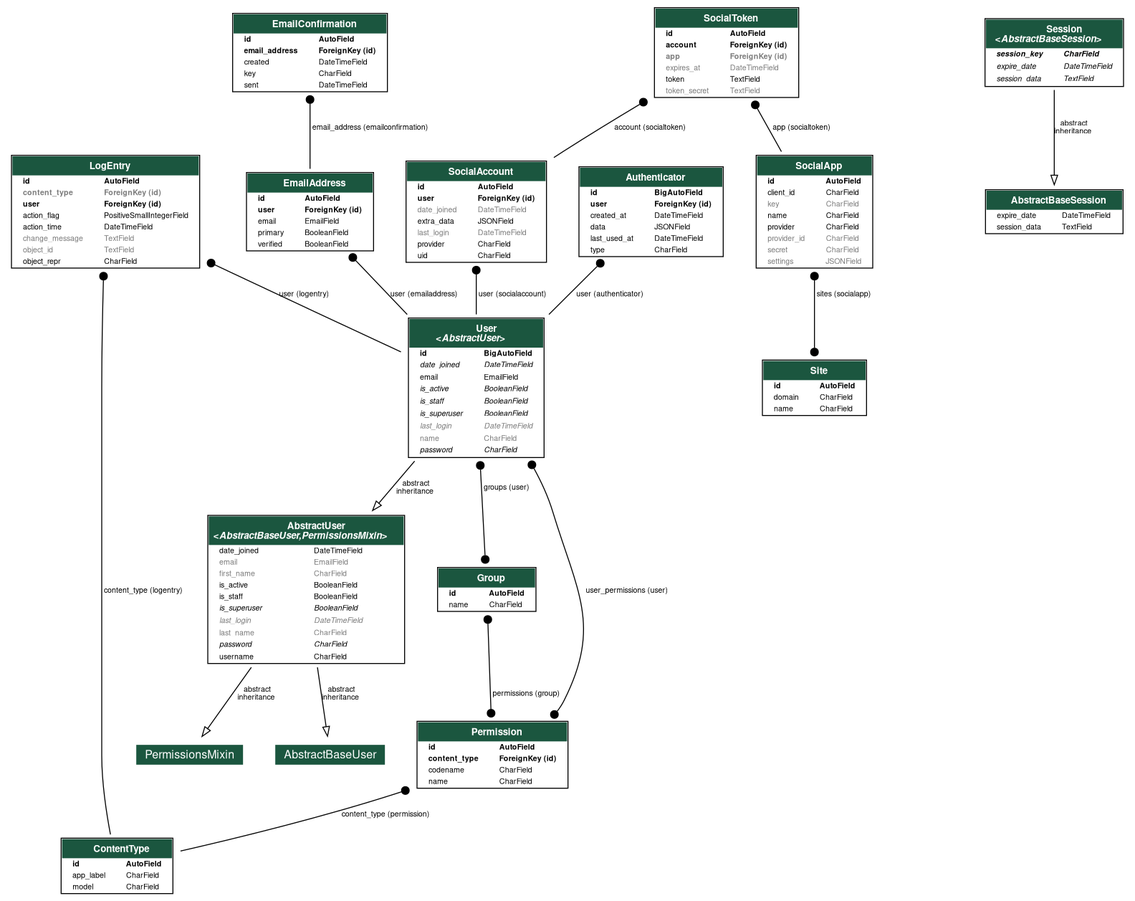
Earlier version of the Graphviz export chatbot/my_app_models.png (pymeister/groupFourChatbot). Its source is kept beside it as chatbot/my_app_models.dot.
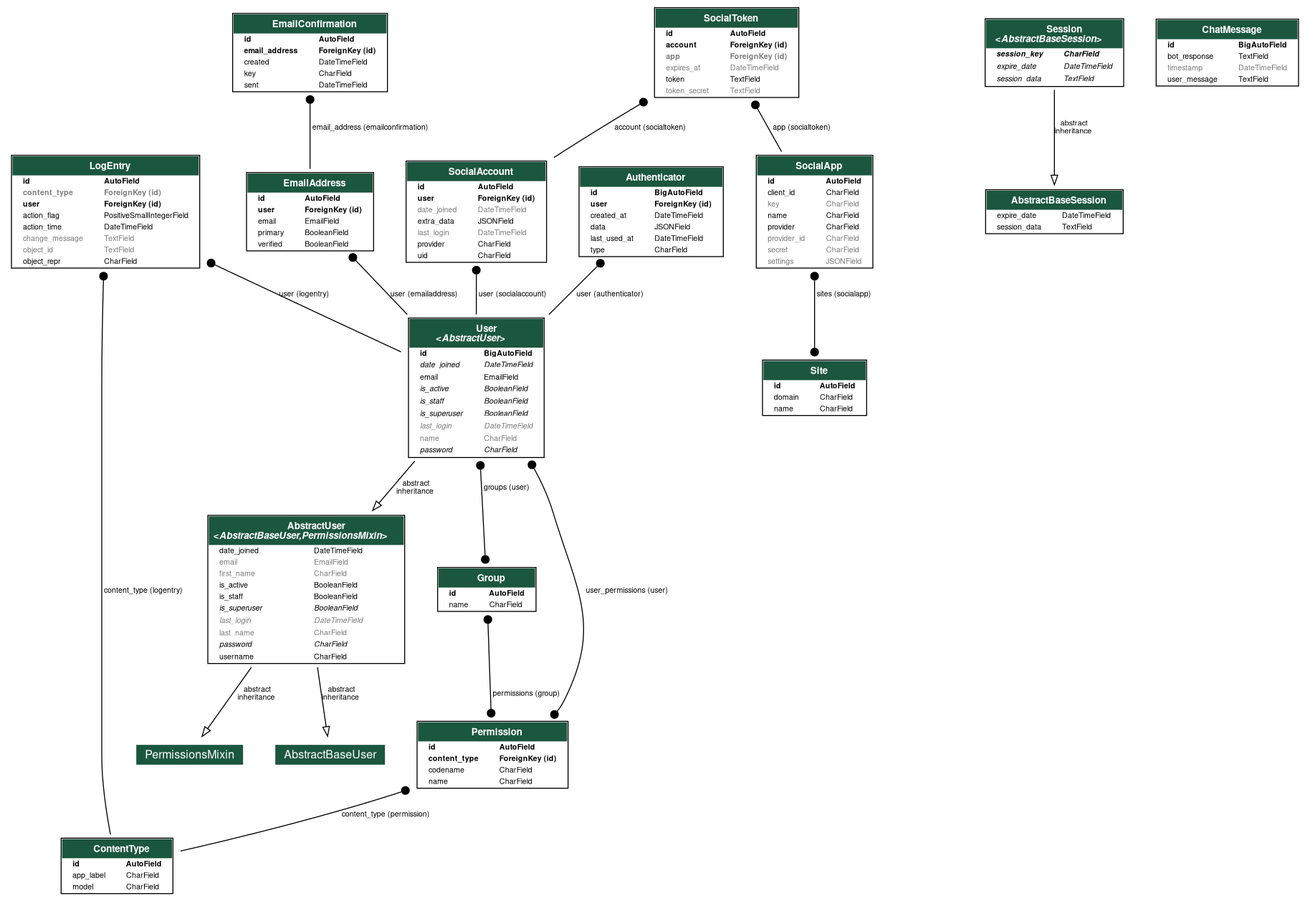
The same file after the commit.

Diff of the diagram source:
```diff
@@ -834,6 +834,51 @@
     <FONT FACE="Roboto"><I>password</I></FONT>
     </TD><TD ALIGN="LEFT">
     <FONT FACE="Roboto"><I>CharField</I></FONT>
+    </TD></TR>
+
+
+    </TABLE>
+    >]
+
+
+
+
+  chatbot_app_models_ChatMessage [label=<
+    <TABLE BGCOLOR="white" BORDER="1" CELLBORDER="0" CELLSPACING="0">
+    <TR><TD COLSPAN="2" CELLPADDING="5" ALIGN="CENTER" BGCOLOR="#1b563f">
+    <FONT FACE="Roboto" COLOR="white" POINT-SIZE="10"><B>
+    ChatMessage
+    </B></FONT></TD></TR>
+
+
+    <TR><TD ALIGN="LEFT" BORDER="0">
+    <FONT FACE="Roboto"><B>id</B></FONT>
+    </TD><TD ALIGN="LEFT">
+    <FONT FACE="Roboto"><B>BigAutoField</B></FONT>
+    </TD></TR>
+
+
+
+    <TR><TD ALIGN="LEFT" BORDER="0">
+    <FONT FACE="Roboto">bot_response</FONT>
+    </TD><TD ALIGN="LEFT">
+    <FONT FACE="Roboto">TextField</FONT>
+    </TD></TR>
+
+
+
+    <TR><TD ALIGN="LEFT" BORDER="0">
+    <FONT COLOR="#7B7B7B" FACE="Roboto">timestamp</FONT>
+    </TD><TD ALIGN="LEFT">
+    <FONT COLOR="#7B7B7B" FACE="Roboto">DateTimeField</FONT>
+    </TD></TR>
+
+
+
+    <TR><TD ALIGN="LEFT" BORDER="0">
+    <FONT FACE="Roboto">user_message</FONT>
+    </TD><TD ALIGN="LEFT">
+    <FONT FACE="Roboto">TextField</FONT>
     </TD></TR>
 
 
@@ -916,4 +961,5 @@
   [label=" abstract\ninheritance"] [arrowhead=empty, arrowtail=none, dir=both];
 
 
+
 }
```
